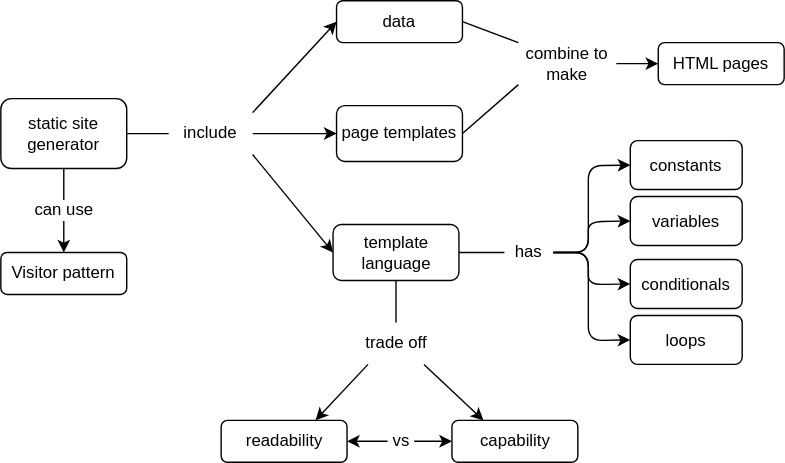
Above: docs/template/concept_map.svg in gvwilson/sdxpy (draw.io), before the change. Source tidied: cells renumbered, new cells last; positions are measured from the earlier drawing's top-left corner, leaving out a move shared by most shapes.
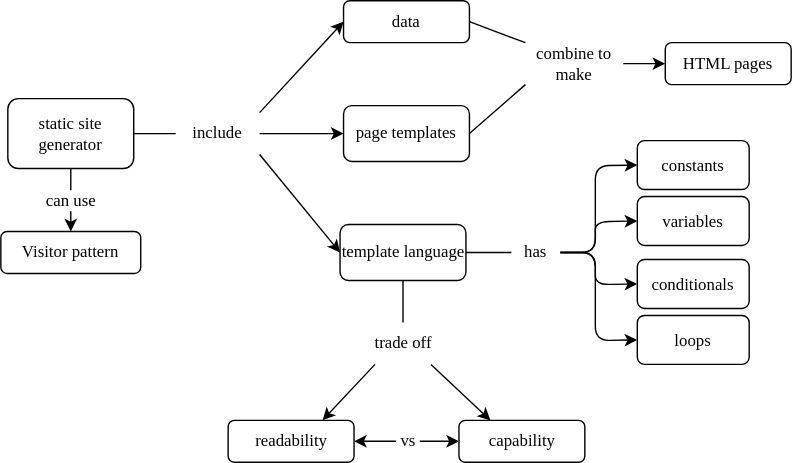
After the commit.

Diff of the diagram source:
```diff
@@ -2,94 +2,94 @@
   <root>
     <mxCell id="0" />
     <mxCell id="1" parent="0" />
-    <mxCell id="2" value="static site generator" style="text;html=1;strokeColor=default;fillColor=none;align=center;verticalAlign=middle;whiteSpace=wrap;rounded=1;hachureGap=4;fontFamily=Helvetica;fontSize=12;" parent="1" vertex="1">
+    <mxCell id="2" value="static site generator" style="text;html=1;strokeColor=default;fillColor=none;align=center;verticalAlign=middle;whiteSpace=wrap;rounded=1;hachureGap=4;fontFamily=Verdana;fontSize=12;" parent="1" vertex="1">
       <mxGeometry y="70" width="90" height="50" as="geometry" />
     </mxCell>
-    <mxCell id="3" value="include" style="text;html=1;strokeColor=none;fillColor=none;align=center;verticalAlign=middle;whiteSpace=wrap;rounded=0;hachureGap=4;fontFamily=Helvetica;fontSize=12;" parent="1" vertex="1">
+    <mxCell id="3" value="include" style="text;html=1;strokeColor=none;fillColor=none;align=center;verticalAlign=middle;whiteSpace=wrap;rounded=0;hachureGap=4;fontFamily=Verdana;fontSize=12;" parent="1" vertex="1">
       <mxGeometry x="120" y="80" width="60" height="30" as="geometry" />
     </mxCell>
-    <mxCell id="4" value="page templates" style="text;html=1;strokeColor=default;fillColor=none;align=center;verticalAlign=middle;whiteSpace=wrap;rounded=1;hachureGap=4;fontFamily=Helvetica;fontSize=12;" parent="1" vertex="1">
+    <mxCell id="4" value="page templates" style="text;html=1;strokeColor=default;fillColor=none;align=center;verticalAlign=middle;whiteSpace=wrap;rounded=1;hachureGap=4;fontFamily=Verdana;fontSize=12;" parent="1" vertex="1">
       <mxGeometry x="240" y="75" width="90" height="40" as="geometry" />
     </mxCell>
-    <mxCell id="5" value="template language" style="text;html=1;strokeColor=default;fillColor=none;align=center;verticalAlign=middle;whiteSpace=wrap;rounded=1;hachureGap=4;fontFamily=Helvetica;fontSize=12;" parent="1" vertex="1">
+    <mxCell id="5" value="template language" style="text;html=1;strokeColor=default;fillColor=none;align=center;verticalAlign=middle;whiteSpace=wrap;rounded=1;hachureGap=4;fontFamily=Verdana;fontSize=12;" parent="1" vertex="1">
       <mxGeometry x="237.5" y="160" width="90" height="40" as="geometry" />
     </mxCell>
-    <mxCell id="6" value="data" style="text;html=1;strokeColor=default;fillColor=none;align=center;verticalAlign=middle;whiteSpace=wrap;rounded=1;hachureGap=4;fontFamily=Helvetica;fontSize=12;" parent="1" vertex="1">
+    <mxCell id="6" value="data" style="text;html=1;strokeColor=default;fillColor=none;align=center;verticalAlign=middle;whiteSpace=wrap;rounded=1;hachureGap=4;fontFamily=Verdana;fontSize=12;" parent="1" vertex="1">
       <mxGeometry x="240" width="90" height="30" as="geometry" />
     </mxCell>
-    <mxCell id="7" value="readability" style="text;html=1;strokeColor=default;fillColor=none;align=center;verticalAlign=middle;whiteSpace=wrap;rounded=1;hachureGap=4;fontFamily=Helvetica;fontSize=12;" parent="1" vertex="1">
+    <mxCell id="7" value="readability" style="text;html=1;strokeColor=default;fillColor=none;align=center;verticalAlign=middle;whiteSpace=wrap;rounded=1;hachureGap=4;fontFamily=Verdana;fontSize=12;" parent="1" vertex="1">
       <mxGeometry x="157.5" y="300" width="90" height="30" as="geometry" />
     </mxCell>
-    <mxCell id="8" value="capability" style="text;html=1;strokeColor=default;fillColor=none;align=center;verticalAlign=middle;whiteSpace=wrap;rounded=1;hachureGap=4;fontFamily=Helvetica;fontSize=12;" parent="1" vertex="1">
+    <mxCell id="8" value="capability" style="text;html=1;strokeColor=default;fillColor=none;align=center;verticalAlign=middle;whiteSpace=wrap;rounded=1;hachureGap=4;fontFamily=Verdana;fontSize=12;" parent="1" vertex="1">
       <mxGeometry x="322.5" y="300" width="90" height="30" as="geometry" />
     </mxCell>
-    <mxCell id="9" value="trade off" style="text;html=1;strokeColor=none;fillColor=none;align=center;verticalAlign=middle;whiteSpace=wrap;rounded=0;hachureGap=4;fontFamily=Helvetica;fontSize=12;" parent="1" vertex="1">
+    <mxCell id="9" value="trade off" style="text;html=1;strokeColor=none;fillColor=none;align=center;verticalAlign=middle;whiteSpace=wrap;rounded=0;hachureGap=4;fontFamily=Verdana;fontSize=12;" parent="1" vertex="1">
       <mxGeometry x="242.5" y="230" width="80" height="30" as="geometry" />
     </mxCell>
-    <mxCell id="10" value="&amp;nbsp;vs&amp;nbsp;" style="endArrow=classic;startArrow=classic;html=1;rounded=0;hachureGap=4;fontFamily=Helvetica;fontSize=12;sourcePerimeterSpacing=8;targetPerimeterSpacing=8;curved=1;exitX=1;exitY=0.5;exitDx=0;exitDy=0;entryX=0;entryY=0.5;entryDx=0;entryDy=0;" parent="1" edge="1" source="7" target="8">
+    <mxCell id="10" value="&amp;nbsp;vs&amp;nbsp;" style="endArrow=classic;startArrow=classic;html=1;rounded=0;hachureGap=4;fontFamily=Verdana;fontSize=12;sourcePerimeterSpacing=8;targetPerimeterSpacing=8;curved=1;exitX=1;exitY=0.5;exitDx=0;exitDy=0;entryX=0;entryY=0.5;entryDx=0;entryDy=0;" parent="1" edge="1" source="7" target="8">
       <mxGeometry relative="1" as="geometry" />
     </mxCell>
-    <mxCell id="11" style="endArrow=none;html=1;rounded=0;hachureGap=4;fontFamily=Helvetica;fontSize=12;sourcePerimeterSpacing=8;targetPerimeterSpacing=8;curved=1;entryX=0.5;entryY=1;entryDx=0;entryDy=0;exitX=0.5;exitY=0;exitDx=0;exitDy=0;" parent="1" edge="1" source="9" target="5">
+    <mxCell id="11" style="endArrow=none;html=1;rounded=0;hachureGap=4;fontFamily=Verdana;fontSize=12;sourcePerimeterSpacing=8;targetPerimeterSpacing=8;curved=1;entryX=0.5;entryY=1;entryDx=0;entryDy=0;exitX=0.5;exitY=0;exitDx=0;exitDy=0;" parent="1" edge="1" source="9" target="5">
       <mxGeometry relative="1" as="geometry" />
     </mxCell>
-    <mxCell id="12" style="endArrow=classic;html=1;rounded=0;hachureGap=4;fontFamily=Helvetica;fontSize=12;sourcePerimeterSpacing=8;targetPerimeterSpacing=8;curved=1;exitX=0.25;exitY=1;exitDx=0;exitDy=0;entryX=0.75;entryY=0;entryDx=0;entryDy=0;" parent="1" edge="1" source="9" target="7">
+    <mxCell id="12" style="endArrow=classic;html=1;rounded=0;hachureGap=4;fontFamily=Verdana;fontSize=12;sourcePerimeterSpacing=8;targetPerimeterSpacing=8;curved=1;exitX=0.25;exitY=1;exitDx=0;exitDy=0;entryX=0.75;entryY=0;entryDx=0;entryDy=0;" parent="1" edge="1" source="9" target="7">
       <mxGeometry relative="1" as="geometry" />
     </mxCell>
-    <mxCell id="13" style="endArrow=classic;html=1;rounded=0;hachureGap=4;fontFamily=Helvetica;fontSize=12;sourcePerimeterSpacing=8;targetPerimeterSpacing=8;curved=1;exitX=0.75;exitY=1;exitDx=0;exitDy=0;entryX=0.25;entryY=0;entryDx=0;entryDy=0;" parent="1" edge="1" source="9" target="8">
+    <mxCell id="13" style="endArrow=classic;html=1;rounded=0;hachureGap=4;fontFamily=Verdana;fontSize=12;sourcePerimeterSpacing=8;targetPerimeterSpacing=8;curved=1;exitX=0.75;exitY=1;exitDx=0;exitDy=0;entryX=0.25;entryY=0;entryDx=0;entryDy=0;" parent="1" edge="1" source="9" target="8">
       <mxGeometry relative="1" as="geometry" />
     </mxCell>
-    <mxCell id="14" style="endArrow=none;html=1;rounded=0;hachureGap=4;fontFamily=Helvetica;fontSize=12;sourcePerimeterSpacing=8;targetPerimeterSpacing=8;curved=1;entryX=1;entryY=0.5;entryDx=0;entryDy=0;exitX=0;exitY=0.5;exitDx=0;exitDy=0;" parent="1" edge="1" source="3" target="2">
+    <mxCell id="14" style="endArrow=none;html=1;rounded=0;hachureGap=4;fontFamily=Verdana;fontSize=12;sourcePerimeterSpacing=8;targetPerimeterSpacing=8;curved=1;entryX=1;entryY=0.5;entryDx=0;entryDy=0;exitX=0;exitY=0.5;exitDx=0;exitDy=0;" parent="1" edge="1" source="3" target="2">
       <mxGeometry relative="1" as="geometry" />
     </mxCell>
-    <mxCell id="15" style="endArrow=classic;html=1;rounded=0;hachureGap=4;fontFamily=Helvetica;fontSize=12;sourcePerimeterSpacing=8;targetPerimeterSpacing=8;curved=1;exitX=1;exitY=0;exitDx=0;exitDy=0;entryX=0;entryY=0.5;entryDx=0;entryDy=0;" parent="1" edge="1" source="3" target="6">
+    <mxCell id="15" style="endArrow=classic;html=1;rounded=0;hachureGap=4;fontFamily=Verdana;fontSize=12;sourcePerimeterSpacing=8;targetPerimeterSpacing=8;curved=1;exitX=1;exitY=0;exitDx=0;exitDy=0;entryX=0;entryY=0.5;entryDx=0;entryDy=0;" parent="1" edge="1" source="3" target="6">
       <mxGeometry relative="1" as="geometry" />
     </mxCell>
-    <mxCell id="16" style="endArrow=classic;html=1;rounded=0;hachureGap=4;fontFamily=Helvetica;fontSize=12;sourcePerimeterSpacing=8;targetPerimeterSpacing=8;curved=1;exitX=1;exitY=0.5;exitDx=0;exitDy=0;entryX=0;entryY=0.5;entryDx=0;entryDy=0;" parent="1" edge="1" source="3" target="4">
+    <mxCell id="16" style="endArrow=classic;html=1;rounded=0;hachureGap=4;fontFamily=Verdana;fontSize=12;sourcePerimeterSpacing=8;targetPerimeterSpacing=8;curved=1;exitX=1;exitY=0.5;exitDx=0;exitDy=0;entryX=0;entryY=0.5;entryDx=0;entryDy=0;" parent="1" edge="1" source="3" target="4">
       <mxGeometry relative="1" as="geometry" />
     </mxCell>
-    <mxCell id="17" style="endArrow=classic;html=1;rounded=0;hachureGap=4;fontFamily=Helvetica;fontSize=12;sourcePerimeterSpacing=8;targetPerimeterSpacing=8;curved=1;entryX=0;entryY=0.5;entryDx=0;entryDy=0;exitX=1;exitY=1;exitDx=0;exitDy=0;" parent="1" edge="1" source="3" target="5">
+    <mxCell id="17" style="endArrow=classic;html=1;rounded=0;hachureGap=4;fontFamily=Verdana;fontSize=12;sourcePerimeterSpacing=8;targetPerimeterSpacing=8;curved=1;entryX=0;entryY=0.5;entryDx=0;entryDy=0;exitX=1;exitY=1;exitDx=0;exitDy=0;" parent="1" edge="1" source="3" target="5">
       <mxGeometry relative="1" as="geometry" />
     </mxCell>
-    <mxCell id="18" value="HTML pages" style="text;html=1;strokeColor=default;fillColor=none;align=center;verticalAlign=middle;whiteSpace=wrap;rounded=1;hachureGap=4;fontFamily=Helvetica;fontSize=12;" parent="1" vertex="1">
+    <mxCell id="18" value="HTML pages" style="text;html=1;strokeColor=default;fillColor=none;align=center;verticalAlign=middle;whiteSpace=wrap;rounded=1;hachureGap=4;fontFamily=Verdana;fontSize=12;" parent="1" vertex="1">
       <mxGeometry x="470" y="30" width="90" height="30" as="geometry" />
     </mxCell>
-    <mxCell id="19" value="combine to make" style="text;html=1;strokeColor=none;fillColor=none;align=center;verticalAlign=middle;whiteSpace=wrap;rounded=0;hachureGap=4;fontFamily=Helvetica;fontSize=12;" parent="1" vertex="1">
+    <mxCell id="19" value="combine to make" style="text;html=1;strokeColor=none;fillColor=none;align=center;verticalAlign=middle;whiteSpace=wrap;rounded=0;hachureGap=4;fontFamily=Verdana;fontSize=12;" parent="1" vertex="1">
       <mxGeometry x="370" y="30" width="70" height="30" as="geometry" />
     </mxCell>
-    <mxCell id="20" style="endArrow=none;html=1;rounded=0;hachureGap=4;fontFamily=Helvetica;fontSize=12;sourcePerimeterSpacing=8;targetPerimeterSpacing=8;curved=1;entryX=0;entryY=0;entryDx=0;entryDy=0;exitX=1;exitY=0.5;exitDx=0;exitDy=0;" parent="1" edge="1" source="6" target="19">
+    <mxCell id="20" style="endArrow=none;html=1;rounded=0;hachureGap=4;fontFamily=Verdana;fontSize=12;sourcePerimeterSpacing=8;targetPerimeterSpacing=8;curved=1;entryX=0;entryY=0;entryDx=0;entryDy=0;exitX=1;exitY=0.5;exitDx=0;exitDy=0;" parent="1" edge="1" source="6" target="19">
       <mxGeometry relative="1" as="geometry" />
     </mxCell>
-    <mxCell id="21" style="endArrow=none;html=1;rounded=0;hachureGap=4;fontFamily=Helvetica;fontSize=12;sourcePerimeterSpacing=8;targetPerimeterSpacing=8;curved=1;exitX=1;exitY=0.5;exitDx=0;exitDy=0;entryX=0;entryY=1;entryDx=0;entryDy=0;" parent="1" edge="1" source="4" target="19">
+    <mxCell id="21" style="endArrow=none;html=1;rounded=0;hachureGap=4;fontFamily=Verdana;fontSize=12;sourcePerimeterSpacing=8;targetPerimeterSpacing=8;curved=1;exitX=1;exitY=0.5;exitDx=0;exitDy=0;entryX=0;entryY=1;entryDx=0;entryDy=0;" parent="1" edge="1" source="4" target="19">
       <mxGeometry relative="1" as="geometry" />
     </mxCell>
-    <mxCell id="22" style="endArrow=classic;html=1;rounded=0;hachureGap=4;fontFamily=Helvetica;fontSize=12;sourcePerimeterSpacing=8;targetPerimeterSpacing=8;curved=1;entryX=0;entryY=0.5;entryDx=0;entryDy=0;exitX=1;exitY=0.5;exitDx=0;exitDy=0;" parent="1" edge="1" source="19" target="18">
+    <mxCell id="22" style="endArrow=classic;html=1;rounded=0;hachureGap=4;fontFamily=Verdana;fontSize=12;sourcePerimeterSpacing=8;targetPerimeterSpacing=8;curved=1;entryX=0;entryY=0.5;entryDx=0;entryDy=0;exitX=1;exitY=0.5;exitDx=0;exitDy=0;" parent="1" edge="1" source="19" target="18">
       <mxGeometry relative="1" as="geometry" />
     </mxCell>
-    <mxCell id="23" value="Visitor pattern" style="text;html=1;strokeColor=default;fillColor=none;align=center;verticalAlign=middle;whiteSpace=wrap;rounded=1;hachureGap=4;fontFamily=Helvetica;fontSize=12;" parent="1" vertex="1">
-      <mxGeometry y="180" width="90" height="30" as="geometry" />
+    <mxCell id="23" value="Visitor pattern" style="text;html=1;strokeColor=default;fillColor=none;align=center;verticalAlign=middle;whiteSpace=wrap;rounded=1;hachureGap=4;fontFamily=Verdana;fontSize=12;" parent="1" vertex="1">
+      <mxGeometry x="-5" y="165" width="100" height="30" as="geometry" />
     </mxCell>
-    <mxCell id="24" value="can use" style="endArrow=classic;html=1;rounded=0;hachureGap=4;fontFamily=Helvetica;fontSize=12;sourcePerimeterSpacing=8;targetPerimeterSpacing=8;curved=1;entryX=0.5;entryY=0;entryDx=0;entryDy=0;exitX=0.5;exitY=1;exitDx=0;exitDy=0;" parent="1" edge="1" source="2" target="23">
+    <mxCell id="24" value="can use" style="endArrow=classic;html=1;rounded=0;hachureGap=4;fontFamily=Verdana;fontSize=12;sourcePerimeterSpacing=8;targetPerimeterSpacing=8;curved=1;entryX=0.5;entryY=0;entryDx=0;entryDy=0;exitX=0.5;exitY=1;exitDx=0;exitDy=0;" parent="1" edge="1" source="2" target="23">
       <mxGeometry relative="1" as="geometry" />
     </mxCell>
-    <mxCell id="25" value="has" style="text;html=1;strokeColor=none;fillColor=none;align=center;verticalAlign=middle;whiteSpace=wrap;rounded=0;" parent="1" vertex="1">
+    <mxCell id="25" value="has" style="text;html=1;strokeColor=none;fillColor=none;align=center;verticalAlign=middle;whiteSpace=wrap;rounded=0;fontFamily=Verdana;" parent="1" vertex="1">
       <mxGeometry x="360" y="165" width="35" height="30" as="geometry" />
     </mxCell>
-    <mxCell id="26" style="endArrow=none;html=1;rounded=0;exitX=1;exitY=0.5;exitDx=0;exitDy=0;entryX=0;entryY=0.5;entryDx=0;entryDy=0;" parent="1" edge="1" source="5" target="25">
+    <mxCell id="26" style="endArrow=none;html=1;rounded=0;exitX=1;exitY=0.5;exitDx=0;exitDy=0;entryX=0;entryY=0.5;entryDx=0;entryDy=0;fontFamily=Verdana;" parent="1" edge="1" source="5" target="25">
       <mxGeometry relative="1" as="geometry" />
     </mxCell>
-    <mxCell id="27" value="constants" style="rounded=1;whiteSpace=wrap;html=1;fillColor=none;" parent="1" vertex="1">
+    <mxCell id="27" value="constants" style="rounded=1;whiteSpace=wrap;html=1;fillColor=none;fontFamily=Verdana;" parent="1" vertex="1">
       <mxGeometry x="450" y="100" width="80" height="35" as="geometry" />
     </mxCell>
-    <mxCell id="28" value="variables" style="rounded=1;whiteSpace=wrap;html=1;fillColor=none;" parent="1" vertex="1">
+    <mxCell id="28" value="variables" style="rounded=1;whiteSpace=wrap;html=1;fillColor=none;fontFamily=Verdana;" parent="1" vertex="1">
       <mxGeometry x="450" y="140" width="80" height="35" as="geometry" />
     </mxCell>
-    <mxCell id="29" value="conditionals" style="rounded=1;whiteSpace=wrap;html=1;fillColor=none;" parent="1" vertex="1">
+    <mxCell id="29" value="conditionals" style="rounded=1;whiteSpace=wrap;html=1;fillColor=none;fontFamily=Verdana;" parent="1" vertex="1">
       <mxGeometry x="450" y="185" width="80" height="35" as="geometry" />
     </mxCell>
-    <mxCell id="30" value="loops" style="rounded=1;whiteSpace=wrap;html=1;fillColor=none;" parent="1" vertex="1">
+    <mxCell id="30" value="loops" style="rounded=1;whiteSpace=wrap;html=1;fillColor=none;fontFamily=Verdana;" parent="1" vertex="1">
       <mxGeometry x="450" y="225" width="80" height="35" as="geometry" />
     </mxCell>
-    <mxCell id="31" style="endArrow=classic;html=1;rounded=1;entryX=0;entryY=0.5;entryDx=0;entryDy=0;exitX=1;exitY=0.5;exitDx=0;exitDy=0;" parent="1" edge="1" source="25" target="27">
+    <mxCell id="31" style="endArrow=classic;html=1;rounded=1;entryX=0;entryY=0.5;entryDx=0;entryDy=0;exitX=1;exitY=0.5;exitDx=0;exitDy=0;fontFamily=Verdana;" parent="1" edge="1" source="25" target="27">
       <mxGeometry relative="1" as="geometry">
         <Array as="points">
           <mxPoint x="420" y="180" />
@@ -97,7 +97,7 @@
         </Array>
       </mxGeometry>
     </mxCell>
-    <mxCell id="32" style="endArrow=classic;html=1;rounded=1;entryX=0;entryY=0.5;entryDx=0;entryDy=0;exitX=1;exitY=0.5;exitDx=0;exitDy=0;" parent="1" edge="1" source="25" target="28">
+    <mxCell id="32" style="endArrow=classic;html=1;rounded=1;entryX=0;entryY=0.5;entryDx=0;entryDy=0;exitX=1;exitY=0.5;exitDx=0;exitDy=0;fontFamily=Verdana;" parent="1" edge="1" source="25" target="28">
       <mxGeometry relative="1" as="geometry">
         <Array as="points">
           <mxPoint x="420" y="180" />
@@ -105,7 +105,7 @@
         </Array>
       </mxGeometry>
     </mxCell>
-    <mxCell id="33" style="endArrow=classic;html=1;rounded=1;entryX=0;entryY=0.5;entryDx=0;entryDy=0;exitX=1;exitY=0.5;exitDx=0;exitDy=0;" parent="1" edge="1" source="25" target="29">
+    <mxCell id="33" style="endArrow=classic;html=1;rounded=1;entryX=0;entryY=0.5;entryDx=0;entryDy=0;exitX=1;exitY=0.5;exitDx=0;exitDy=0;fontFamily=Verdana;" parent="1" edge="1" source="25" target="29">
       <mxGeometry relative="1" as="geometry">
         <Array as="points">
           <mxPoint x="420" y="180" />
@@ -113,7 +113,7 @@
         </Array>
       </mxGeometry>
     </mxCell>
-    <mxCell id="34" style="endArrow=classic;html=1;rounded=1;entryX=0;entryY=0.5;entryDx=0;entryDy=0;exitX=1;exitY=0.5;exitDx=0;exitDy=0;" parent="1" edge="1" source="25" target="30">
+    <mxCell id="34" style="endArrow=classic;html=1;rounded=1;entryX=0;entryY=0.5;entryDx=0;entryDy=0;exitX=1;exitY=0.5;exitDx=0;exitDy=0;fontFamily=Verdana;" parent="1" edge="1" source="25" target="30">
       <mxGeometry relative="1" as="geometry">
         <Array as="points">
           <mxPoint x="420" y="180" />
```
